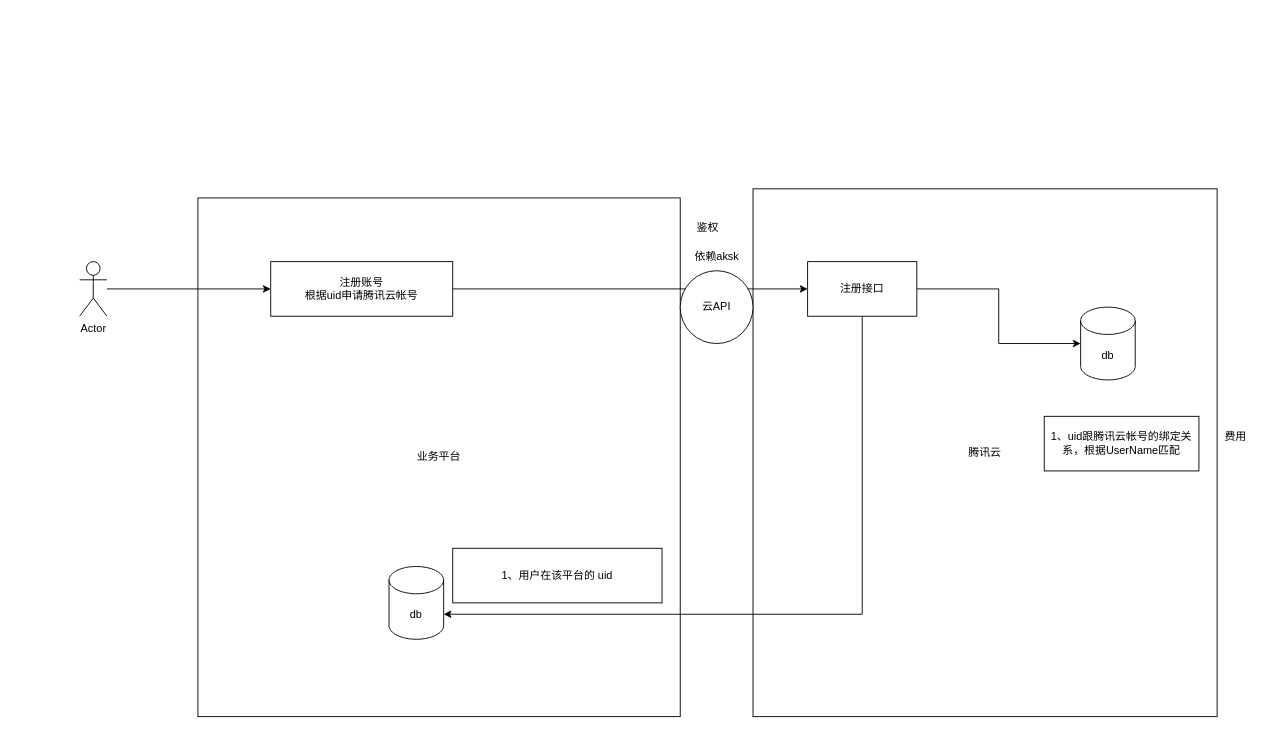
Earlier version of the draw.io diagram page "第 1 页" (1 of 2) of 未命名绘图.drawio (mattshhuang/draw-io). Source tidied: cells renumbered, new cells numbered last; positions are measured from the earlier drawing's top-left corner, leaving out a move shared by most shapes. Both pictures are drawn from the tidied source at 91%, with x=0, y=0 at pixel (79, 188).
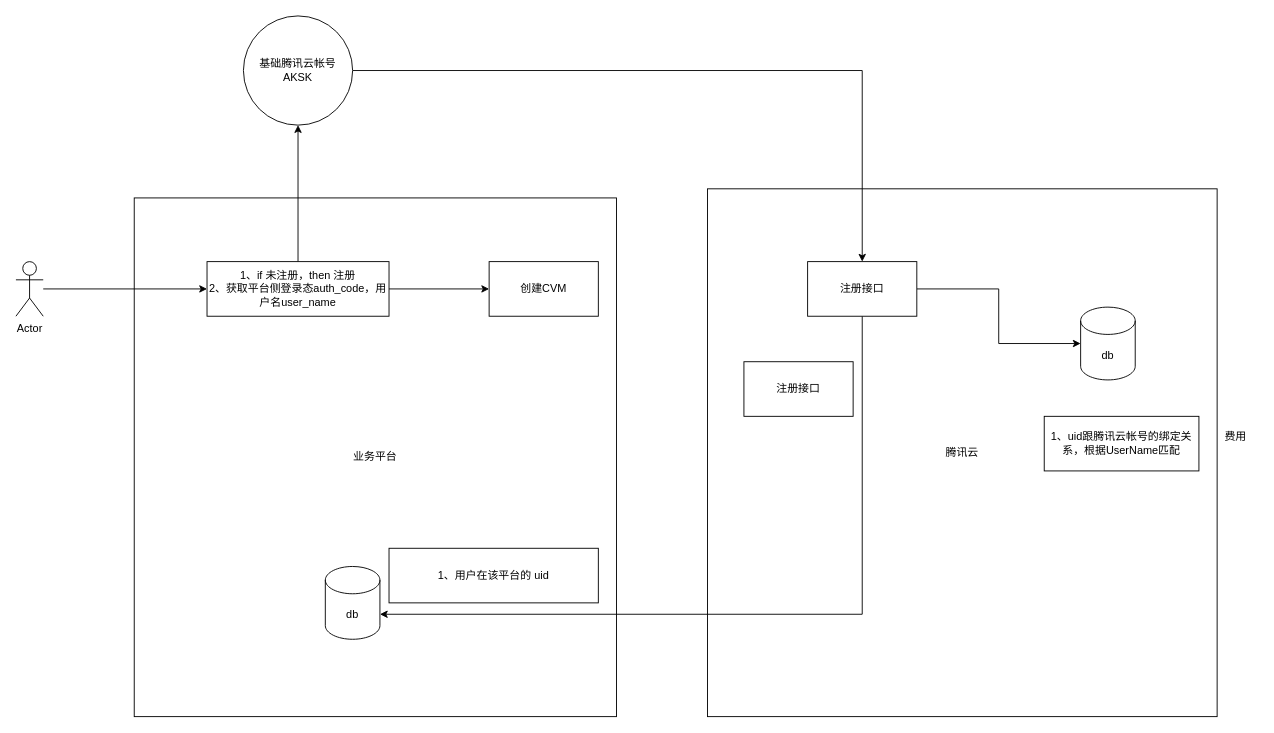
The same diagram, later.

Commit message:
更新未命名绘图.drawio

The change refers to these unchanged cells:
```xml
<mxCell id="10" value="注册接口" style="rounded=0;whiteSpace=wrap;html=1;" parent="1" vertex="1">
  <mxGeometry x="800" y="80" width="120" height="60" as="geometry" />
</mxCell>
```

Diff of the diagram source:
```diff
@@
     <mxCell id="2" value="腾讯云" style="rounded=0;whiteSpace=wrap;html=1;" parent="1" vertex="1">
-      <mxGeometry x="740" width="510" height="580" as="geometry" />
+      <mxGeometry x="690" width="560" height="580" as="geometry" />
     </mxCell>
     <mxCell id="3" value="业务平台" style="rounded=0;whiteSpace=wrap;html=1;" parent="1" vertex="1">
-      <mxGeometry x="130" y="10" width="530" height="570" as="geometry" />
+      <mxGeometry x="60" y="10" width="530" height="570" as="geometry" />
     </mxCell>
@@
     <mxCell id="5" value="Actor" style="shape=umlActor;verticalLabelPosition=bottom;verticalAlign=top;html=1;outlineConnect=0;" parent="1" vertex="1">
-      <mxGeometry y="80" width="30" height="60" as="geometry" />
+      <mxGeometry x="-70" y="80" width="30" height="60" as="geometry" />
     </mxCell>
-    <mxCell id="6" style="edgeStyle=orthogonalEdgeStyle;rounded=0;jettySize=auto;html=1;entryX=0;entryY=0.5;entryDx=0;entryDy=0;" parent="1" edge="1" source="7" target="10">
-      <mxGeometry relative="1" as="geometry" />
-    </mxCell>
+    <mxCell id="19" style="edgeStyle=orthogonalEdgeStyle;rounded=0;jettySize=auto;html=1;entryX=0.5;entryY=1;entryDx=0;entryDy=0;" parent="1" edge="1" source="7" target="14">
+      <mxGeometry relative="1" as="geometry" />
+    </mxCell>
+    <mxCell id="20" style="edgeStyle=orthogonalEdgeStyle;rounded=0;jettySize=auto;html=1;" parent="1" edge="1" source="7" target="22">
+      <mxGeometry relative="1" as="geometry" />
+    </mxCell>
-    <mxCell id="7" value="注册账号&lt;br&gt;根据uid申请腾讯云帐号" style="rounded=0;whiteSpace=wrap;html=1;" parent="1" vertex="1">
-      <mxGeometry x="210" y="80" width="200" height="60" as="geometry" />
+    <mxCell id="7" value="1、if 未注册，then 注册&lt;br&gt;2、获取平台侧登录态auth_code，用户名user_name" style="rounded=0;whiteSpace=wrap;html=1;" parent="1" vertex="1">
+      <mxGeometry x="140" y="80" width="200" height="60" as="geometry" />
     </mxCell>
@@
-    <mxCell id="11" value="依赖aksk" style="text;html=1;align=center;verticalAlign=middle;strokeColor=none;fillColor=none;" parent="1" vertex="1">
-      <mxGeometry x="665" y="60" width="70" height="30" as="geometry" />
-    </mxCell>
     <mxCell id="12" value="db" style="shape=cylinder3;whiteSpace=wrap;html=1;boundedLbl=1;backgroundOutline=1;size=15;" parent="1" vertex="1">
-      <mxGeometry x="340" y="415" width="60" height="80" as="geometry" />
+      <mxGeometry x="270" y="415" width="60" height="80" as="geometry" />
     </mxCell>
     <mxCell id="13" value="1、用户在该平台的 uid" style="rounded=0;whiteSpace=wrap;html=1;" parent="1" vertex="1">
-      <mxGeometry x="410" y="395" width="230" height="60" as="geometry" />
+      <mxGeometry x="340" y="395" width="230" height="60" as="geometry" />
     </mxCell>
+    <mxCell id="21" style="edgeStyle=orthogonalEdgeStyle;rounded=0;jettySize=auto;html=1;" parent="1" edge="1" source="14" target="10">
+      <mxGeometry relative="1" as="geometry" />
+    </mxCell>
-    <mxCell id="14" value="云API" style="ellipse;whiteSpace=wrap;html=1;" parent="1" vertex="1">
-      <mxGeometry x="660" y="90" width="80" height="80" as="geometry" />
+    <mxCell id="14" value="基础腾讯云帐号&lt;br&gt;AKSK" style="ellipse;whiteSpace=wrap;html=1;" parent="1" vertex="1">
+      <mxGeometry x="180" y="-190" width="120" height="120" as="geometry" />
     </mxCell>
@@
-    <mxCell id="17" value="鉴权" style="text;html=1;align=center;verticalAlign=middle;strokeColor=none;fillColor=none;" parent="1" vertex="1">
-      <mxGeometry x="665" y="28" width="50" height="30" as="geometry" />
-    </mxCell>
@@
+    <mxCell id="22" value="创建CVM" style="whiteSpace=wrap;html=1;rounded=0;" parent="1" vertex="1">
+      <mxGeometry x="450" y="80" width="120" height="60" as="geometry" />
+    </mxCell>
+    <mxCell id="23" value="注册接口" style="rounded=0;whiteSpace=wrap;html=1;" parent="1" vertex="1">
+      <mxGeometry x="730" y="190" width="120" height="60" as="geometry" />
+    </mxCell>
```
